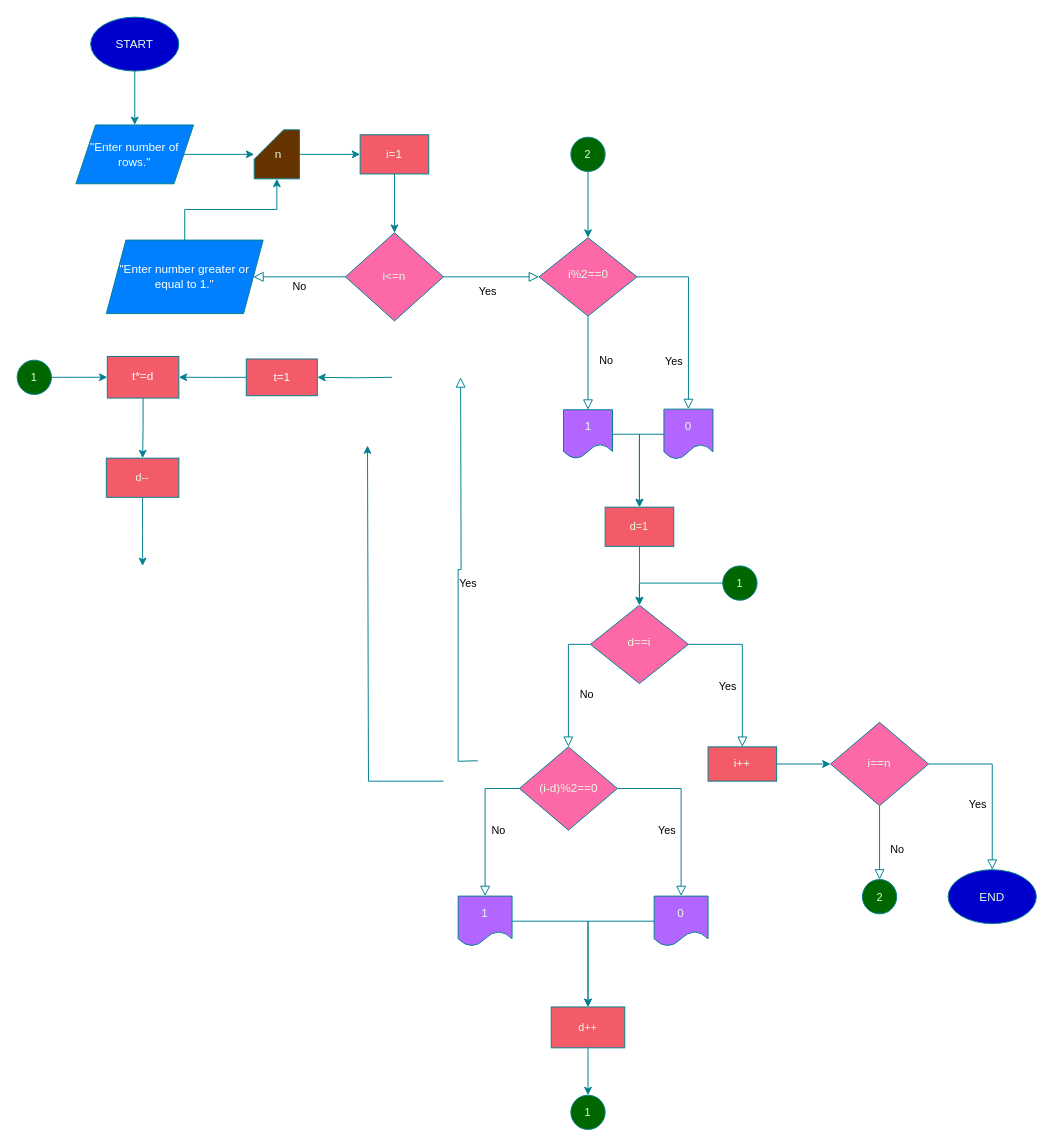
This is floyd.drawio from SudeNazDilbaz/homework, a draw.io file, before an edit. Source tidied: cells renumbered, new cells numbered last; positions are measured from the earlier drawing's top-left corner, leaving out a move shared by most shapes. Both pictures are drawn from the tidied source at 98%, with x=0, y=0 at pixel (17, 17).
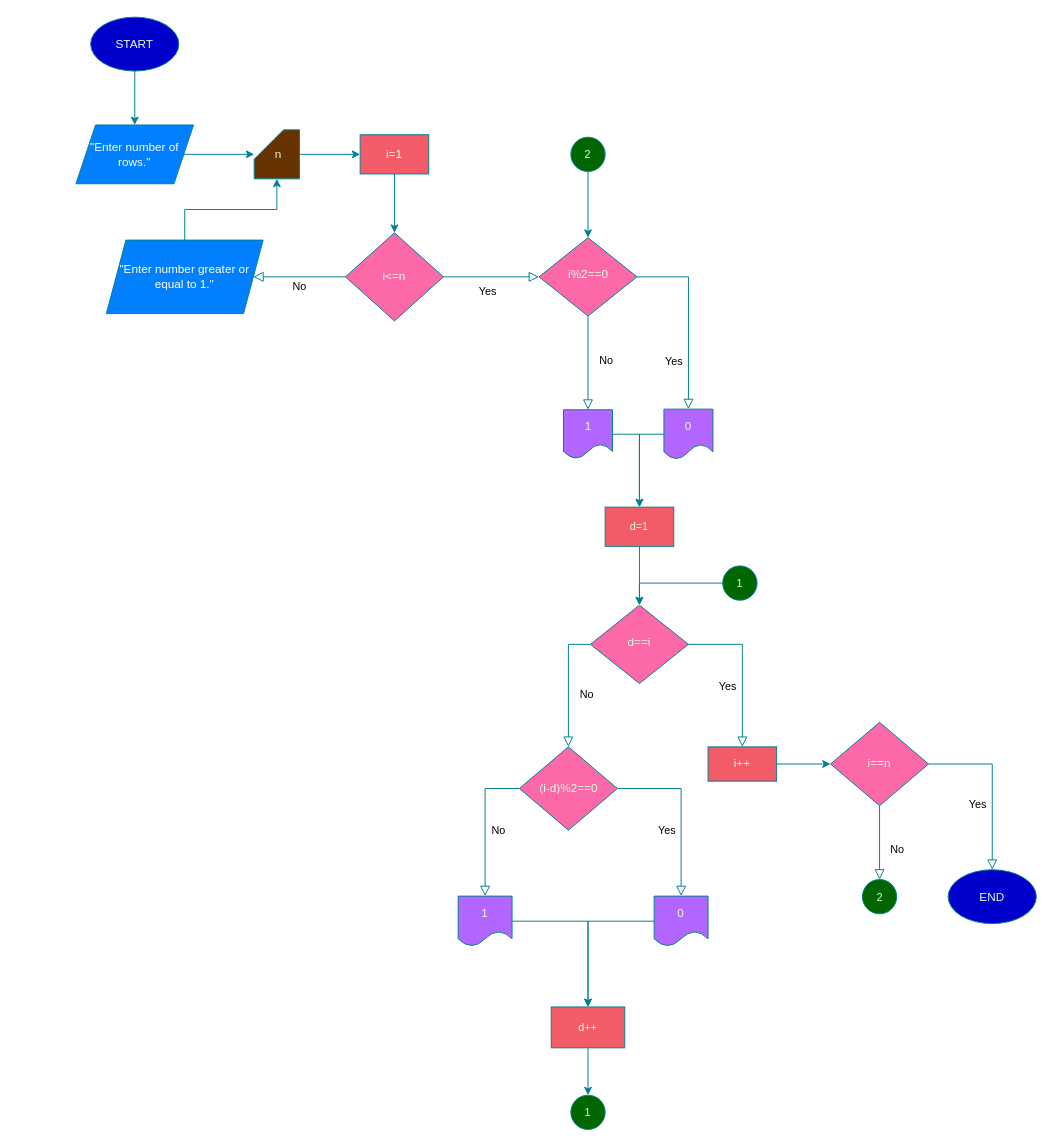
The same diagram, later.

What changed in the source:
```diff
@@
-    <mxCell id="5" value="Yes" style="edgeStyle=orthogonalEdgeStyle;rounded=0;html=1;jettySize=auto;orthogonalLoop=1;fontSize=11;endArrow=block;endFill=0;endSize=8;strokeWidth=1;shadow=0;labelBackgroundColor=none;strokeColor=#028090;fontColor=default;exitX=1;exitY=0.5;exitDx=0;exitDy=0;entryX=1;entryY=0.5;entryDx=0;entryDy=0;" parent="1" edge="1">
-      <mxGeometry x="-0.03" y="-10" relative="1" as="geometry">
-        <mxPoint x="470" y="758.8" as="sourcePoint" />
-        <mxPoint x="452.5" y="367.5" as="targetPoint" />
-      </mxGeometry>
-    </mxCell>
@@
-    <mxCell id="7" style="edgeStyle=orthogonalEdgeStyle;rounded=0;jettySize=auto;html=1;exitX=0;exitY=0.5;exitDx=0;exitDy=0;strokeColor=#028090;fontColor=#E4FDE1;fillColor=#F45B69;entryX=1;entryY=0.5;entryDx=0;entryDy=0;" parent="1" edge="1" target="16">
-      <mxGeometry relative="1" as="geometry">
-        <mxPoint x="382.5" y="367.5" as="sourcePoint" />
-      </mxGeometry>
-    </mxCell>
@@
-    <mxCell id="13" style="edgeStyle=orthogonalEdgeStyle;shape=connector;rounded=0;jettySize=auto;html=1;exitX=0;exitY=0.5;exitDx=0;exitDy=0;labelBackgroundColor=default;strokeColor=#028090;align=center;verticalAlign=middle;fontFamily=Helvetica;fontSize=11;fontColor=#E4FDE1;endArrow=classic;fillColor=#F45B69;entryX=1;entryY=0.5;entryDx=0;entryDy=0;" parent="1" edge="1" source="16" target="18">
-      <mxGeometry relative="1" as="geometry" />
-    </mxCell>
-    <mxCell id="14" style="edgeStyle=orthogonalEdgeStyle;shape=connector;rounded=0;jettySize=auto;html=1;exitX=0.5;exitY=1;exitDx=0;exitDy=0;entryX=0.5;entryY=0;entryDx=0;entryDy=0;labelBackgroundColor=default;strokeColor=#028090;align=center;verticalAlign=middle;fontFamily=Helvetica;fontSize=11;fontColor=#E4FDE1;endArrow=classic;fillColor=#F45B69;" parent="1" edge="1" source="15">
-      <mxGeometry relative="1" as="geometry">
-        <mxPoint x="128" y="560" as="targetPoint" />
-      </mxGeometry>
-    </mxCell>
-    <mxCell id="15" value="d--" style="rounded=0;whiteSpace=wrap;html=1;strokeColor=#028090;align=center;verticalAlign=middle;fontFamily=Helvetica;fontSize=11;fontColor=#E4FDE1;fillColor=#F45B69;" parent="1" vertex="1">
-      <mxGeometry x="91" y="450" width="74" height="40" as="geometry" />
-    </mxCell>
-    <mxCell id="16" value="&lt;font color=&quot;#ffffff&quot;&gt;t=1&lt;/font&gt;" style="rounded=0;whiteSpace=wrap;html=1;fillColor=#F45B69;strokeColor=#028090;" parent="1" vertex="1">
-      <mxGeometry x="233.8" y="348.8" width="72.5" height="37.5" as="geometry" />
-    </mxCell>
-    <mxCell id="17" style="edgeStyle=orthogonalEdgeStyle;shape=connector;rounded=0;jettySize=auto;html=1;exitX=0.5;exitY=1;exitDx=0;exitDy=0;entryX=0.5;entryY=0;entryDx=0;entryDy=0;labelBackgroundColor=default;strokeColor=#028090;align=center;verticalAlign=middle;fontFamily=Helvetica;fontSize=11;fontColor=#E4FDE1;endArrow=classic;fillColor=#F45B69;" parent="1" edge="1" source="18" target="15">
-      <mxGeometry relative="1" as="geometry" />
-    </mxCell>
-    <mxCell id="18" value="&lt;font color=&quot;#ffffff&quot;&gt;t*=d&lt;/font&gt;" style="rounded=0;whiteSpace=wrap;html=1;strokeColor=#028090;align=center;verticalAlign=middle;fontFamily=Helvetica;fontSize=12;fontColor=default;fillColor=#F45B69;" parent="1" vertex="1">
-      <mxGeometry x="92" y="346.2" width="73" height="42.5" as="geometry" />
-    </mxCell>
-    <mxCell id="19" style="edgeStyle=orthogonalEdgeStyle;shape=connector;rounded=0;jettySize=auto;html=1;exitX=1;exitY=0.5;exitDx=0;exitDy=0;entryX=0;entryY=0.5;entryDx=0;entryDy=0;labelBackgroundColor=default;strokeColor=#028090;align=center;verticalAlign=middle;fontFamily=Helvetica;fontSize=11;fontColor=#E4FDE1;endArrow=classic;fillColor=#F45B69;" parent="1" edge="1" source="20" target="18">
-      <mxGeometry relative="1" as="geometry" />
-    </mxCell>
-    <mxCell id="20" value="1" style="ellipse;whiteSpace=wrap;html=1;rounded=0;strokeColor=#028090;align=center;verticalAlign=middle;fontFamily=Helvetica;fontSize=11;fontColor=#E4FDE1;fillColor=#006600;" parent="1" vertex="1">
-      <mxGeometry y="350" width="35" height="35" as="geometry" />
-    </mxCell>
-    <mxCell id="21" style="edgeStyle=orthogonalEdgeStyle;shape=connector;rounded=0;orthogonalLoop=1;jettySize=auto;html=1;exitX=0;exitY=0.5;exitDx=0;exitDy=0;entryX=1;entryY=0.5;entryDx=0;entryDy=0;labelBackgroundColor=default;strokeColor=#028090;align=center;verticalAlign=middle;fontFamily=Helvetica;fontSize=11;fontColor=#E4FDE1;endArrow=classic;fillColor=#F45B69;" parent="1" edge="1">
-      <mxGeometry relative="1" as="geometry">
-        <mxPoint x="435" y="779.6" as="sourcePoint" />
-        <mxPoint x="357.5" y="437.1" as="targetPoint" />
-        <Array as="points">
-          <mxPoint x="358.5" y="780.1" />
-        </Array>
-      </mxGeometry>
-    </mxCell>
```
